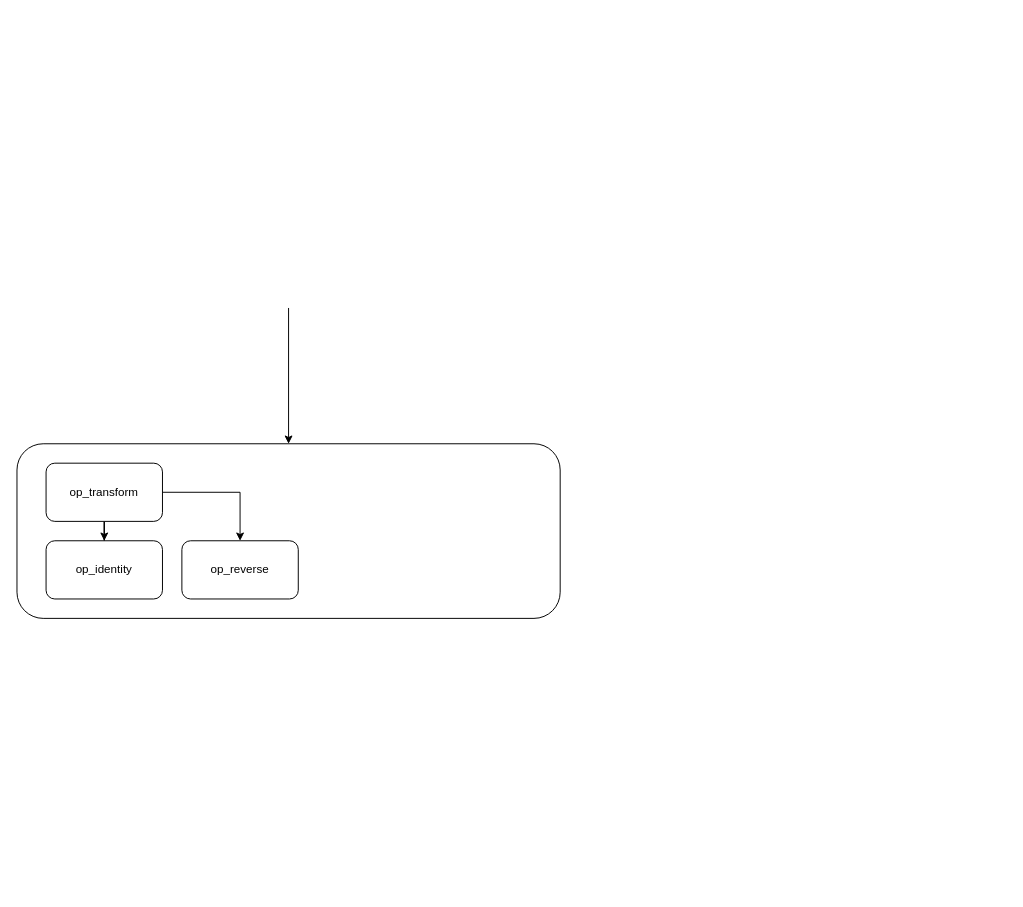
Pebaz/tidbytes keeps this draw.io diagram as Docs.drawio. Above is the earlier version. Source tidied: cells renumbered, new cells numbered last; positions are measured from the earlier drawing's top-left corner, leaving out a move shared by most shapes. Both pictures are drawn from the tidied source at 97%, with x=0, y=0 at pixel (16, 307).
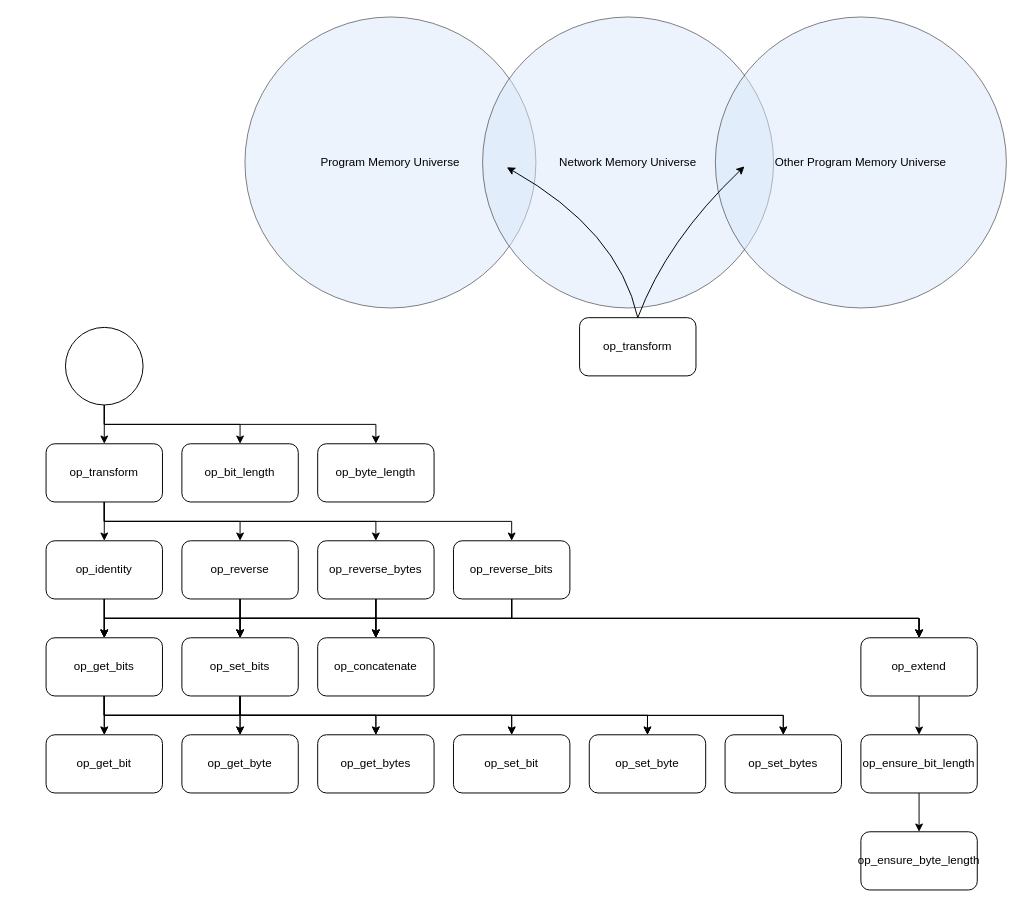
The same page after the edit.

The change refers to these unchanged cells:
```xml
<mxCell id="6" value="op_identity" style="rounded=1;whiteSpace=wrap;html=1;" parent="1" vertex="1">
  <mxGeometry x="30" y="240" width="120" height="60" as="geometry" />
</mxCell>
<mxCell id="7" value="op_reverse" style="rounded=1;whiteSpace=wrap;html=1;" parent="1" vertex="1">
  <mxGeometry x="170" y="240" width="120" height="60" as="geometry" />
</mxCell>
```

What changed in the source:
```diff
@@
-    <mxCell id="2" style="rounded=1;whiteSpace=wrap;html=1;" parent="1" vertex="1">
-      <mxGeometry y="140" width="560" height="180" as="geometry" />
-    </mxCell>
@@
-    <mxCell id="4" style="edgeStyle=orthogonalEdgeStyle;rounded=0;jettySize=auto;html=1;exitX=1;exitY=0.5;exitDx=0;exitDy=0;" parent="1" edge="1" source="5" target="7">
+    <mxCell id="4" style="edgeStyle=orthogonalEdgeStyle;rounded=0;jettySize=auto;html=1;exitX=0.5;exitY=1;exitDx=0;exitDy=0;" parent="1" edge="1" source="5" target="7">
       <mxGeometry relative="1" as="geometry" />
     </mxCell>
+    <mxCell id="9" style="edgeStyle=orthogonalEdgeStyle;rounded=0;jettySize=auto;html=1;exitX=0.5;exitY=1;exitDx=0;exitDy=0;" parent="1" edge="1" source="5" target="26">
+      <mxGeometry relative="1" as="geometry" />
+    </mxCell>
+    <mxCell id="10" style="edgeStyle=orthogonalEdgeStyle;rounded=0;jettySize=auto;html=1;exitX=0.5;exitY=1;exitDx=0;exitDy=0;" parent="1" edge="1" source="5" target="31">
+      <mxGeometry relative="1" as="geometry" />
+    </mxCell>
     <mxCell id="5" value="op_transform" style="rounded=1;whiteSpace=wrap;html=1;" parent="1" vertex="1">
-      <mxGeometry x="30" y="160" width="120" height="60" as="geometry" />
+      <mxGeometry x="30" y="140" width="120" height="60" as="geometry" />
     </mxCell>
+    <mxCell id="11" style="edgeStyle=orthogonalEdgeStyle;rounded=0;jettySize=auto;html=1;exitX=0.5;exitY=1;exitDx=0;exitDy=0;" parent="1" edge="1" source="6" target="40">
+      <mxGeometry relative="1" as="geometry" />
+    </mxCell>
+    <mxCell id="12" style="edgeStyle=orthogonalEdgeStyle;rounded=0;jettySize=auto;html=1;exitX=0.5;exitY=1;exitDx=0;exitDy=0;" parent="1" edge="1" source="6" target="47">
+      <mxGeometry relative="1" as="geometry" />
+    </mxCell>
+    <mxCell id="13" style="edgeStyle=orthogonalEdgeStyle;rounded=0;jettySize=auto;html=1;exitX=0.5;exitY=1;exitDx=0;exitDy=0;" parent="1" edge="1" source="6" target="55">
+      <mxGeometry relative="1" as="geometry" />
+    </mxCell>
+    <mxCell id="14" style="edgeStyle=orthogonalEdgeStyle;rounded=0;jettySize=auto;html=1;exitX=0.5;exitY=1;exitDx=0;exitDy=0;" parent="1" edge="1" source="6" target="65">
+      <mxGeometry relative="1" as="geometry" />
+    </mxCell>
@@
+    <mxCell id="15" style="edgeStyle=orthogonalEdgeStyle;rounded=0;jettySize=auto;html=1;exitX=0.5;exitY=1;exitDx=0;exitDy=0;" parent="1" edge="1" source="7" target="40">
+      <mxGeometry relative="1" as="geometry" />
+    </mxCell>
+    <mxCell id="16" style="edgeStyle=orthogonalEdgeStyle;rounded=0;jettySize=auto;html=1;exitX=0.5;exitY=1;exitDx=0;exitDy=0;" parent="1" edge="1" source="7" target="47">
+      <mxGeometry relative="1" as="geometry" />
+    </mxCell>
+    <mxCell id="17" style="edgeStyle=orthogonalEdgeStyle;rounded=0;jettySize=auto;html=1;exitX=0.5;exitY=1;exitDx=0;exitDy=0;" parent="1" edge="1" source="7" target="55">
+      <mxGeometry relative="1" as="geometry" />
+    </mxCell>
+    <mxCell id="18" style="edgeStyle=orthogonalEdgeStyle;rounded=0;jettySize=auto;html=1;exitX=0.5;exitY=1;exitDx=0;exitDy=0;" parent="1" edge="1" source="7" target="65">
+      <mxGeometry relative="1" as="geometry" />
+    </mxCell>
@@
-    <mxCell id="8" style="endArrow=classic;html=1;rounded=0;" parent="1" edge="1" target="2">
-      <mxGeometry relative="1" as="geometry">
-        <mxPoint x="280" as="sourcePoint" />
-      </mxGeometry>
+    <mxCell id="8" style="endArrow=classic;html=1;rounded=0;" parent="1" edge="1" source="21" target="5">
+      <mxGeometry relative="1" as="geometry" />
     </mxCell>
+    <mxCell id="19" style="edgeStyle=orthogonalEdgeStyle;rounded=0;jettySize=auto;html=1;exitX=0.5;exitY=1;exitDx=0;exitDy=0;" parent="1" edge="1" source="21" target="32">
+      <mxGeometry relative="1" as="geometry" />
+    </mxCell>
+    <mxCell id="20" style="edgeStyle=orthogonalEdgeStyle;rounded=0;jettySize=auto;html=1;exitX=0.5;exitY=1;exitDx=0;exitDy=0;" parent="1" edge="1" source="21" target="33">
+      <mxGeometry relative="1" as="geometry" />
+    </mxCell>
+    <mxCell id="21" style="ellipse;whiteSpace=wrap;html=1;" parent="1" vertex="1">
+      <mxGeometry x="50" y="20" width="80" height="80" as="geometry" />
+    </mxCell>
+    <mxCell id="22" style="edgeStyle=orthogonalEdgeStyle;rounded=0;jettySize=auto;html=1;exitX=0.5;exitY=1;exitDx=0;exitDy=0;" parent="1" edge="1" source="26" target="40">
+      <mxGeometry relative="1" as="geometry" />
+    </mxCell>
+    <mxCell id="23" style="edgeStyle=orthogonalEdgeStyle;rounded=0;jettySize=auto;html=1;exitX=0.5;exitY=1;exitDx=0;exitDy=0;" parent="1" edge="1" source="26" target="47">
+      <mxGeometry relative="1" as="geometry" />
+    </mxCell>
+    <mxCell id="24" style="edgeStyle=orthogonalEdgeStyle;rounded=0;jettySize=auto;html=1;exitX=0.5;exitY=1;exitDx=0;exitDy=0;" parent="1" edge="1" source="26" target="55">
+      <mxGeometry relative="1" as="geometry" />
+    </mxCell>
+    <mxCell id="25" style="edgeStyle=orthogonalEdgeStyle;rounded=0;jettySize=auto;html=1;exitX=0.5;exitY=1;exitDx=0;exitDy=0;" parent="1" edge="1" source="26" target="65">
+      <mxGeometry relative="1" as="geometry" />
+    </mxCell>
+    <mxCell id="26" value="op_reverse_bytes" style="rounded=1;whiteSpace=wrap;html=1;" parent="1" vertex="1">
+      <mxGeometry x="310" y="240" width="120" height="60" as="geometry" />
+    </mxCell>
+    <mxCell id="27" style="edgeStyle=orthogonalEdgeStyle;rounded=0;jettySize=auto;html=1;exitX=0.5;exitY=1;exitDx=0;exitDy=0;" parent="1" edge="1" source="31" target="40">
+      <mxGeometry relative="1" as="geometry" />
+    </mxCell>
+    <mxCell id="28" style="edgeStyle=orthogonalEdgeStyle;rounded=0;jettySize=auto;html=1;exitX=0.5;exitY=1;exitDx=0;exitDy=0;" parent="1" edge="1" source="31" target="47">
+      <mxGeometry relative="1" as="geometry" />
+    </mxCell>
+    <mxCell id="29" style="edgeStyle=orthogonalEdgeStyle;rounded=0;jettySize=auto;html=1;exitX=0.5;exitY=1;exitDx=0;exitDy=0;" parent="1" edge="1" source="31" target="55">
+      <mxGeometry relative="1" as="geometry" />
+    </mxCell>
+    <mxCell id="30" style="edgeStyle=orthogonalEdgeStyle;rounded=0;jettySize=auto;html=1;exitX=0.5;exitY=1;exitDx=0;exitDy=0;" parent="1" edge="1" source="31" target="65">
+      <mxGeometry relative="1" as="geometry" />
+    </mxCell>
+    <mxCell id="31" value="op_reverse_bits" style="rounded=1;whiteSpace=wrap;html=1;" parent="1" vertex="1">
+      <mxGeometry x="450" y="240" width="120" height="60" as="geometry" />
+    </mxCell>
+    <mxCell id="32" value="op_bit_length" style="rounded=1;whiteSpace=wrap;html=1;" parent="1" vertex="1">
+      <mxGeometry x="170" y="140" width="120" height="60" as="geometry" />
+    </mxCell>
+    <mxCell id="33" value="op_byte_length" style="rounded=1;whiteSpace=wrap;html=1;" parent="1" vertex="1">
+      <mxGeometry x="310" y="140" width="120" height="60" as="geometry" />
+    </mxCell>
+    <mxCell id="34" style="edgeStyle=orthogonalEdgeStyle;rounded=0;jettySize=auto;html=1;exitX=0.5;exitY=1;exitDx=0;exitDy=0;" parent="1" edge="1" source="40" target="48">
+      <mxGeometry relative="1" as="geometry" />
+    </mxCell>
+    <mxCell id="35" style="edgeStyle=orthogonalEdgeStyle;rounded=0;jettySize=auto;html=1;exitX=0.5;exitY=1;exitDx=0;exitDy=0;" parent="1" edge="1" source="40" target="49">
+      <mxGeometry relative="1" as="geometry" />
+    </mxCell>
+    <mxCell id="36" style="edgeStyle=orthogonalEdgeStyle;rounded=0;jettySize=auto;html=1;exitX=0.5;exitY=1;exitDx=0;exitDy=0;" parent="1" edge="1" source="40" target="50">
+      <mxGeometry relative="1" as="geometry" />
+    </mxCell>
+    <mxCell id="37" style="edgeStyle=orthogonalEdgeStyle;rounded=0;jettySize=auto;html=1;exitX=0.5;exitY=1;exitDx=0;exitDy=0;" parent="1" edge="1" source="40" target="51">
+      <mxGeometry relative="1" as="geometry" />
+    </mxCell>
+    <mxCell id="38" style="edgeStyle=orthogonalEdgeStyle;rounded=0;jettySize=auto;html=1;exitX=0.5;exitY=1;exitDx=0;exitDy=0;" parent="1" edge="1" source="40" target="52">
+      <mxGeometry relative="1" as="geometry" />
+    </mxCell>
+    <mxCell id="39" style="edgeStyle=orthogonalEdgeStyle;rounded=0;jettySize=auto;html=1;exitX=0.5;exitY=1;exitDx=0;exitDy=0;" parent="1" edge="1" source="40" target="53">
+      <mxGeometry relative="1" as="geometry" />
+    </mxCell>
+    <mxCell id="40" value="op_get_bits" style="rounded=1;whiteSpace=wrap;html=1;" parent="1" vertex="1">
+      <mxGeometry x="30" y="340" width="120" height="60" as="geometry" />
+    </mxCell>
+    <mxCell id="41" style="edgeStyle=orthogonalEdgeStyle;rounded=0;jettySize=auto;html=1;exitX=0.5;exitY=1;exitDx=0;exitDy=0;" parent="1" edge="1" source="47" target="48">
+      <mxGeometry relative="1" as="geometry" />
+    </mxCell>
+    <mxCell id="42" style="edgeStyle=orthogonalEdgeStyle;rounded=0;jettySize=auto;html=1;exitX=0.5;exitY=1;exitDx=0;exitDy=0;" parent="1" edge="1" source="47" target="49">
+      <mxGeometry relative="1" as="geometry" />
+    </mxCell>
+    <mxCell id="43" style="edgeStyle=orthogonalEdgeStyle;rounded=0;jettySize=auto;html=1;exitX=0.5;exitY=1;exitDx=0;exitDy=0;" parent="1" edge="1" source="47" target="50">
+      <mxGeometry relative="1" as="geometry" />
+    </mxCell>
+    <mxCell id="44" style="edgeStyle=orthogonalEdgeStyle;rounded=0;jettySize=auto;html=1;exitX=0.5;exitY=1;exitDx=0;exitDy=0;" parent="1" edge="1" source="47" target="51">
+      <mxGeometry relative="1" as="geometry" />
+    </mxCell>
+    <mxCell id="45" style="edgeStyle=orthogonalEdgeStyle;rounded=0;jettySize=auto;html=1;exitX=0.5;exitY=1;exitDx=0;exitDy=0;" parent="1" edge="1" source="47" target="52">
+      <mxGeometry relative="1" as="geometry" />
+    </mxCell>
+    <mxCell id="46" style="edgeStyle=orthogonalEdgeStyle;rounded=0;jettySize=auto;html=1;exitX=0.5;exitY=1;exitDx=0;exitDy=0;" parent="1" edge="1" source="47" target="53">
+      <mxGeometry relative="1" as="geometry" />
+    </mxCell>
+    <mxCell id="47" value="op_set_bits" style="rounded=1;whiteSpace=wrap;html=1;" parent="1" vertex="1">
+      <mxGeometry x="170" y="340" width="120" height="60" as="geometry" />
+    </mxCell>
+    <mxCell id="48" value="op_get_bit" style="rounded=1;whiteSpace=wrap;html=1;" parent="1" vertex="1">
+      <mxGeometry x="30" y="440" width="120" height="60" as="geometry" />
+    </mxCell>
+    <mxCell id="49" value="op_get_byte" style="rounded=1;whiteSpace=wrap;html=1;" parent="1" vertex="1">
+      <mxGeometry x="170" y="440" width="120" height="60" as="geometry" />
+    </mxCell>
+    <mxCell id="50" value="op_get_bytes" style="rounded=1;whiteSpace=wrap;html=1;" parent="1" vertex="1">
+      <mxGeometry x="310" y="440" width="120" height="60" as="geometry" />
+    </mxCell>
+    <mxCell id="51" value="op_set_bit" style="rounded=1;whiteSpace=wrap;html=1;" parent="1" vertex="1">
+      <mxGeometry x="450" y="440" width="120" height="60" as="geometry" />
+    </mxCell>
+    <mxCell id="52" value="op_set_byte" style="rounded=1;whiteSpace=wrap;html=1;" parent="1" vertex="1">
+      <mxGeometry x="590" y="440" width="120" height="60" as="geometry" />
+    </mxCell>
+    <mxCell id="53" value="op_set_bytes" style="rounded=1;whiteSpace=wrap;html=1;" parent="1" vertex="1">
+      <mxGeometry x="730" y="440" width="120" height="60" as="geometry" />
+    </mxCell>
+    <mxCell id="54" style="edgeStyle=orthogonalEdgeStyle;rounded=0;jettySize=auto;html=1;exitX=0.5;exitY=1;exitDx=0;exitDy=0;" parent="1" edge="1" source="55" target="57">
+      <mxGeometry relative="1" as="geometry" />
+    </mxCell>
+    <mxCell id="55" value="op_extend" style="rounded=1;whiteSpace=wrap;html=1;" parent="1" vertex="1">
+      <mxGeometry x="870" y="340" width="120" height="60" as="geometry" />
+    </mxCell>
+    <mxCell id="56" style="edgeStyle=orthogonalEdgeStyle;rounded=0;jettySize=auto;html=1;exitX=0.5;exitY=1;exitDx=0;exitDy=0;" parent="1" edge="1" source="57" target="64">
+      <mxGeometry relative="1" as="geometry" />
+    </mxCell>
+    <mxCell id="57" value="op_ensure_bit_length" style="rounded=1;whiteSpace=wrap;html=1;" parent="1" vertex="1">
+      <mxGeometry x="870" y="440" width="120" height="60" as="geometry" />
+    </mxCell>
+    <mxCell id="58" value="Program Memory Universe" style="ellipse;whiteSpace=wrap;html=1;fillStyle=auto;fillColor=#dae8fc;strokeColor=default;opacity=50;" parent="1" vertex="1">
+      <mxGeometry x="235" y="-300" width="300" height="300" as="geometry" />
+    </mxCell>
+    <mxCell id="59" value="Network Memory Universe" style="ellipse;whiteSpace=wrap;html=1;fillColor=#dae8fc;strokeColor=default;opacity=50;" parent="1" vertex="1">
+      <mxGeometry x="480" y="-300" width="300" height="300" as="geometry" />
+    </mxCell>
+    <mxCell id="60" value="Other Program Memory Universe" style="ellipse;whiteSpace=wrap;html=1;fillColor=#dae8fc;strokeColor=default;opacity=50;" parent="1" vertex="1">
+      <mxGeometry x="720" y="-300" width="300" height="300" as="geometry" />
+    </mxCell>
+    <mxCell id="61" value="op_transform" style="rounded=1;whiteSpace=wrap;html=1;" parent="1" vertex="1">
+      <mxGeometry x="580" y="10" width="120" height="60" as="geometry" />
+    </mxCell>
+    <mxCell id="62" style="curved=1;endArrow=classic;html=1;rounded=0;exitX=0.5;exitY=0;exitDx=0;exitDy=0;" parent="1" edge="1" source="61">
+      <mxGeometry relative="1" as="geometry">
+        <mxPoint x="505" y="-145" as="targetPoint" />
+        <Array as="points">
+          <mxPoint x="620" y="-80" />
+        </Array>
+      </mxGeometry>
+    </mxCell>
+    <mxCell id="63" style="curved=1;endArrow=classic;html=1;rounded=0;exitX=0.5;exitY=0;exitDx=0;exitDy=0;" parent="1" edge="1" source="61">
+      <mxGeometry relative="1" as="geometry">
+        <mxPoint x="750" y="-146" as="targetPoint" />
+        <Array as="points">
+          <mxPoint x="670" y="-70" />
+        </Array>
+      </mxGeometry>
+    </mxCell>
+    <mxCell id="64" value="op_ensure_byte_length" style="rounded=1;whiteSpace=wrap;html=1;" parent="1" vertex="1">
+      <mxGeometry x="870" y="540" width="120" height="60" as="geometry" />
+    </mxCell>
+    <mxCell id="65" value="op_concatenate" style="rounded=1;whiteSpace=wrap;html=1;" parent="1" vertex="1">
+      <mxGeometry x="310" y="340" width="120" height="60" as="geometry" />
+    </mxCell>
```
